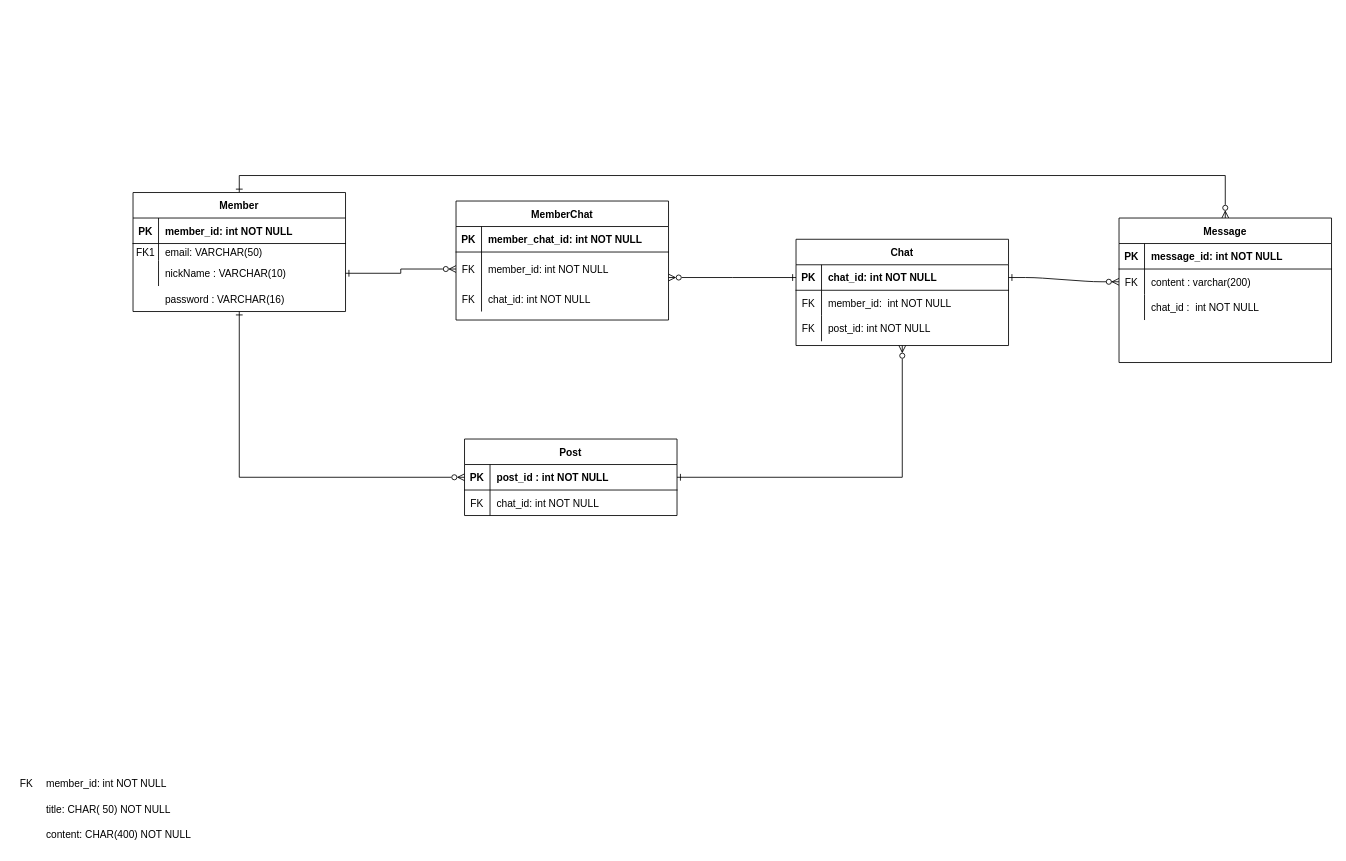
rlagudtn/Share keeps this draw.io diagram as ERD.drawio. Above is the earlier version. Source tidied: cells renumbered, new cells numbered last; positions are measured from the earlier drawing's top-left corner, leaving out a move shared by most shapes. Both pictures are drawn from the tidied source at 85%, with x=0, y=0 at pixel (14, 175).
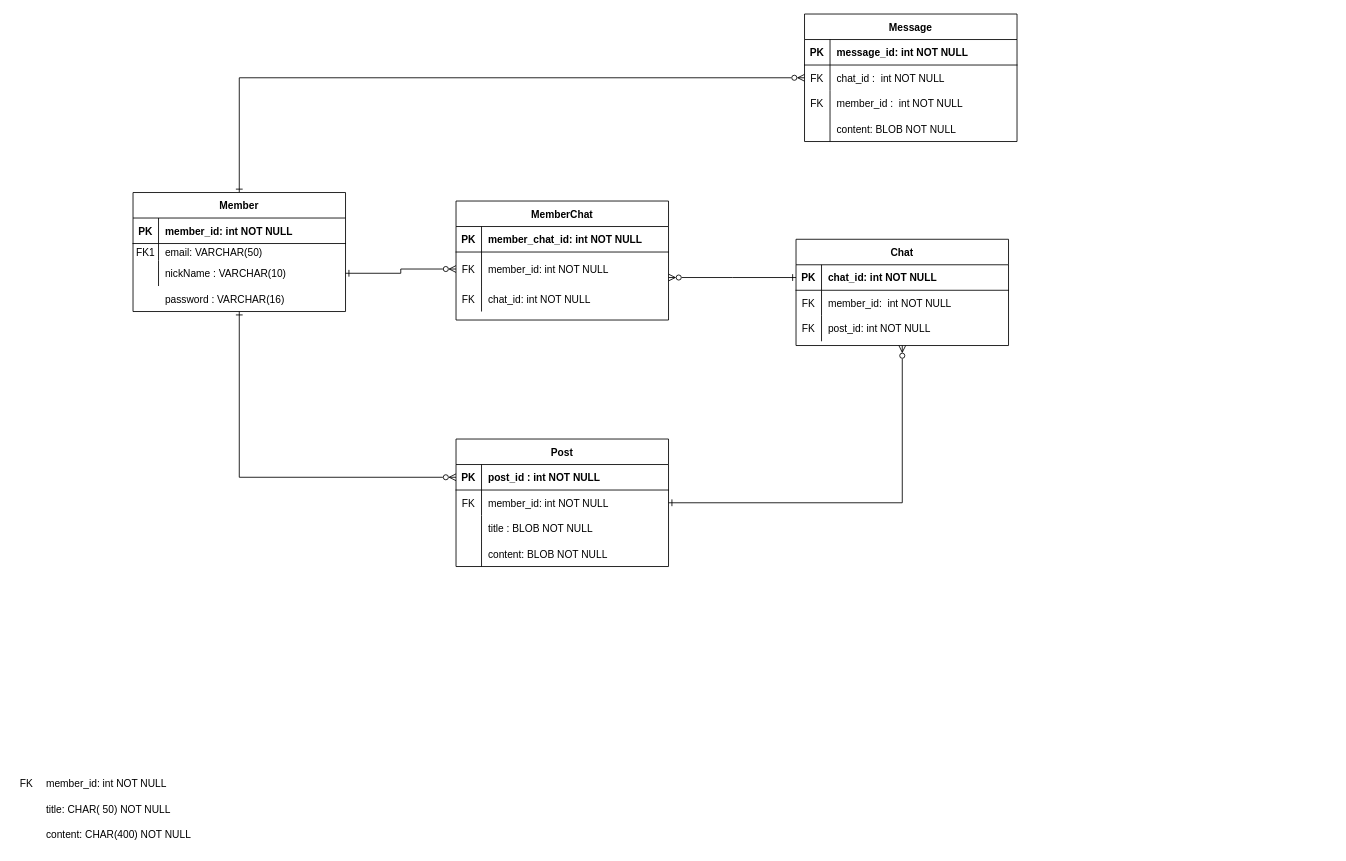
After the change.

The change refers to these unchanged cells:
```xml
<mxCell id="5" style="shape=partialRectangle;fillColor=none;points=[[0,0.5],[1,0.5]];portConstraint=eastwest;top=0;left=0;right=0;bottom=1;" parent="4" vertex="1">
  <mxGeometry y="30" width="250" height="30" as="geometry" />
</mxCell>
<mxCell id="16" value="Member" style="shape=table;startSize=30;childLayout=tableLayout;rowLines=0;fontStyle=1;align=center;" parent="1" vertex="1">
  <mxGeometry x="140" y="20" width="250" height="140" as="geometry" />
</mxCell>
<mxCell id="31" style="shape=partialRectangle;fillColor=none;top=0;left=0;right=0;bottom=0;" parent="27" vertex="1">
  <mxGeometry y="60" width="250" height="30" as="geometry" />
</mxCell>
<mxCell id="38" style="shape=partialRectangle;fillColor=none;points=[[0,0.5],[1,0.5]];portConstraint=eastwest;top=0;left=0;right=0;bottom=0;" parent="34" vertex="1">
  <mxGeometry y="60" width="250" height="30" as="geometry" />
</mxCell>
```

Change to the diagram source:
```diff
@@
-    <mxCell id="2" style="edgeStyle=entityRelationEdgeStyle;endArrow=ERzeroToMany;startArrow=ERone;endFill=1;startFill=0;entryX=0;entryY=0.5;entryDx=0;entryDy=0;" parent="1" edge="1" source="5" target="38">
-      <mxGeometry relative="1" as="geometry" />
-    </mxCell>
@@
-    <mxCell id="15" style="edgeStyle=orthogonalEdgeStyle;rounded=0;jettySize=auto;html=1;exitX=0.5;exitY=0;exitDx=0;exitDy=0;startArrow=ERone;startFill=0;endArrow=ERzeroToMany;endFill=0;" parent="1" edge="1" source="16" target="34">
-      <mxGeometry relative="1" as="geometry">
-        <Array as="points">
-          <mxPoint x="265" />
-          <mxPoint x="1425" />
-        </Array>
-      </mxGeometry>
-    </mxCell>
+    <mxCell id="67" style="edgeStyle=orthogonalEdgeStyle;rounded=0;jettySize=auto;html=1;exitX=0.5;exitY=0;exitDx=0;exitDy=0;entryX=0;entryY=0.5;entryDx=0;entryDy=0;startArrow=ERone;startFill=0;endArrow=ERzeroToMany;endFill=0;" parent="1" edge="1" source="16" target="38">
+      <mxGeometry relative="1" as="geometry" />
+    </mxCell>
@@
     <mxCell id="27" value="Post" style="shape=table;startSize=30;childLayout=tableLayout;rowLines=0;fontStyle=1;align=center;" parent="1" vertex="1">
-      <mxGeometry x="530" y="310" width="250" height="90" as="geometry" />
+      <mxGeometry x="520" y="310" width="250" height="150" as="geometry" />
     </mxCell>
@@
-    <mxCell id="33" value="chat_id: int NOT NULL" style="shape=partialRectangle;overflow=hidden;fillColor=none;top=0;left=0;bottom=0;right=0;align=left;spacingLeft=6;" parent="31" vertex="1">
+    <mxCell id="33" value="member_id: int NOT NULL" style="shape=partialRectangle;overflow=hidden;fillColor=none;top=0;left=0;bottom=0;right=0;align=left;spacingLeft=6;" parent="31" vertex="1">
       <mxGeometry x="30" width="220" height="30" as="geometry" />
     </mxCell>
+    <mxCell id="68" style="shape=partialRectangle;fillColor=none;top=0;left=0;right=0;bottom=0;" parent="27" vertex="1">
+      <mxGeometry y="90" width="250" height="30" as="geometry" />
+    </mxCell>
+    <mxCell id="69" style="shape=partialRectangle;overflow=hidden;fillColor=none;top=0;left=0;bottom=0;right=0;" parent="68" vertex="1">
+      <mxGeometry width="30" height="30" as="geometry" />
+    </mxCell>
+    <mxCell id="70" value="title : BLOB NOT NULL" style="shape=partialRectangle;overflow=hidden;fillColor=none;top=0;left=0;bottom=0;right=0;align=left;spacingLeft=6;" parent="68" vertex="1">
+      <mxGeometry x="30" width="220" height="30" as="geometry" />
+    </mxCell>
+    <mxCell id="71" style="shape=partialRectangle;fillColor=none;top=0;left=0;right=0;bottom=0;" parent="27" vertex="1">
+      <mxGeometry y="120" width="250" height="30" as="geometry" />
+    </mxCell>
+    <mxCell id="72" style="shape=partialRectangle;overflow=hidden;fillColor=none;top=0;left=0;bottom=0;right=0;" parent="71" vertex="1">
+      <mxGeometry width="30" height="30" as="geometry" />
+    </mxCell>
+    <mxCell id="73" value="content: BLOB NOT NULL" style="shape=partialRectangle;overflow=hidden;fillColor=none;top=0;left=0;bottom=0;right=0;align=left;spacingLeft=6;" parent="71" vertex="1">
+      <mxGeometry x="30" width="220" height="30" as="geometry" />
+    </mxCell>
     <mxCell id="34" value="Message" style="shape=table;startSize=30;childLayout=tableLayout;rowLines=0;fontStyle=1;align=center;" parent="1" vertex="1">
-      <mxGeometry x="1300" y="50" width="250" height="170" as="geometry" />
+      <mxGeometry x="930" y="-190" width="250" height="150" as="geometry" />
     </mxCell>
@@
-    <mxCell id="40" value="content : varchar(200)" style="shape=partialRectangle;overflow=hidden;fillColor=none;top=0;left=0;bottom=0;right=0;align=left;spacingLeft=6;" parent="38" vertex="1">
+    <mxCell id="40" value="chat_id :  int NOT NULL" style="shape=partialRectangle;overflow=hidden;fillColor=none;top=0;left=0;bottom=0;right=0;align=left;spacingLeft=6;" parent="38" vertex="1">
       <mxGeometry x="30" width="220" height="30" as="geometry" />
     </mxCell>
+    <mxCell id="74" style="shape=partialRectangle;fillColor=none;top=0;left=0;right=0;bottom=0;" parent="34" vertex="1">
+      <mxGeometry y="90" width="250" height="30" as="geometry" />
+    </mxCell>
+    <mxCell id="75" value="FK" style="shape=partialRectangle;overflow=hidden;fillColor=none;top=0;left=0;bottom=0;right=0;" parent="74" vertex="1">
+      <mxGeometry width="30" height="30" as="geometry" />
+    </mxCell>
+    <mxCell id="76" value="member_id :  int NOT NULL" style="shape=partialRectangle;overflow=hidden;fillColor=none;top=0;left=0;bottom=0;right=0;align=left;spacingLeft=6;" parent="74" vertex="1">
+      <mxGeometry x="30" width="220" height="30" as="geometry" />
+    </mxCell>
     <mxCell id="41" style="shape=partialRectangle;fillColor=none;top=0;left=0;right=0;bottom=0;" parent="34" vertex="1">
-      <mxGeometry y="90" width="250" height="30" as="geometry" />
+      <mxGeometry y="120" width="250" height="30" as="geometry" />
     </mxCell>
@@
-    <mxCell id="43" value="chat_id :  int NOT NULL" style="shape=partialRectangle;overflow=hidden;fillColor=none;top=0;left=0;bottom=0;right=0;align=left;spacingLeft=6;" parent="41" vertex="1">
+    <mxCell id="43" value="content: BLOB NOT NULL" style="shape=partialRectangle;overflow=hidden;fillColor=none;top=0;left=0;bottom=0;right=0;align=left;spacingLeft=6;" parent="41" vertex="1">
       <mxGeometry x="30" width="220" height="30" as="geometry" />
     </mxCell>
```
